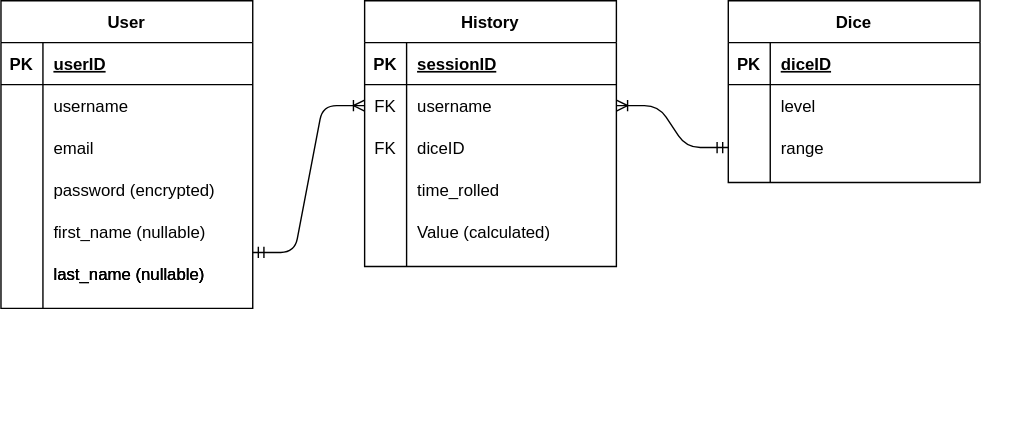
The draw.io diagram images/MVPdatabaseUML.svg in adicarlisle/QA-Core-Fundamental-Project, before a commit. Source tidied: cells renumbered, new cells last; positions are measured from the earlier drawing's top-left corner, leaving out a move shared by most shapes. The source it was exported from:
```xml
<mxGraphModel>
  <root>
    <mxCell id="0" />
    <mxCell id="1" parent="0" />
    <mxCell id="2" style="group;" parent="1" vertex="1">
      <mxGeometry x="540" y="80" width="180" height="220" as="geometry" />
    </mxCell>
    <mxCell id="3" style="shape=partialRectangle;fillColor=none;top=0;left=0;bottom=0;right=0;" parent="1" vertex="1">
      <mxGeometry y="150" width="180" height="30" as="geometry" />
    </mxCell>
    <mxCell id="4" style="shape=partialRectangle;fillColor=none;top=0;left=0;bottom=0;right=0;overflow=hidden;" parent="3" vertex="1">
      <mxGeometry width="30" height="30" as="geometry" />
    </mxCell>
    <mxCell id="5" value="first_name (nullable)" style="shape=partialRectangle;fillColor=none;top=0;left=0;bottom=0;right=0;align=left;spacingLeft=6;overflow=hidden;" parent="3" vertex="1">
      <mxGeometry x="30" width="150" height="30" as="geometry" />
    </mxCell>
    <mxCell id="6" style="shape=partialRectangle;fillColor=none;top=0;left=0;bottom=0;right=0;points=[[0,0.5],[1,0.5]];portConstraint=eastwest;" parent="1" vertex="1">
      <mxGeometry y="180" width="180" height="30" as="geometry" />
    </mxCell>
    <mxCell id="7" style="shape=partialRectangle;fillColor=none;top=0;left=0;bottom=0;right=0;overflow=hidden;" parent="6" vertex="1">
      <mxGeometry width="30" height="30" as="geometry" />
    </mxCell>
    <mxCell id="8" value="last_name (nullable)" style="shape=partialRectangle;fillColor=none;top=0;left=0;bottom=0;right=0;align=left;spacingLeft=6;overflow=hidden;" parent="6" vertex="1">
      <mxGeometry x="30" width="150" height="30" as="geometry" />
    </mxCell>
    <mxCell id="9" value="Dice" style="shape=table;startSize=30;rowLines=0;fontStyle=1;align=center;" parent="1" vertex="1">
      <mxGeometry x="520" width="180" height="130" as="geometry" />
    </mxCell>
    <mxCell id="10" style="shape=partialRectangle;fillColor=none;top=0;left=0;bottom=1;right=0;" parent="9" vertex="1">
      <mxGeometry y="30" width="180" height="30" as="geometry" />
    </mxCell>
    <mxCell id="11" value="PK" style="shape=partialRectangle;fillColor=none;top=0;left=0;bottom=0;right=0;fontStyle=1;overflow=hidden;" parent="10" vertex="1">
      <mxGeometry width="30" height="30" as="geometry" />
    </mxCell>
    <mxCell id="12" value="diceID" style="shape=partialRectangle;fillColor=none;top=0;left=0;bottom=0;right=0;align=left;spacingLeft=6;fontStyle=5;overflow=hidden;" parent="10" vertex="1">
      <mxGeometry x="30" width="150" height="30" as="geometry" />
    </mxCell>
    <mxCell id="13" style="shape=partialRectangle;fillColor=none;top=0;left=0;bottom=0;right=0;" parent="9" vertex="1">
      <mxGeometry y="60" width="180" height="30" as="geometry" />
    </mxCell>
    <mxCell id="14" style="shape=partialRectangle;fillColor=none;top=0;left=0;bottom=0;right=0;overflow=hidden;" parent="13" vertex="1">
      <mxGeometry width="30" height="30" as="geometry" />
    </mxCell>
    <mxCell id="15" value="level" style="shape=partialRectangle;fillColor=none;top=0;left=0;bottom=0;right=0;align=left;spacingLeft=6;overflow=hidden;" parent="13" vertex="1">
      <mxGeometry x="30" width="150" height="30" as="geometry" />
    </mxCell>
    <mxCell id="16" style="shape=partialRectangle;fillColor=none;top=0;left=0;bottom=0;right=0;points=[[0,0.5],[1,0.5]];portConstraint=eastwest;" parent="9" vertex="1">
      <mxGeometry y="90" width="180" height="30" as="geometry" />
    </mxCell>
    <mxCell id="17" style="shape=partialRectangle;fillColor=none;top=0;left=0;bottom=0;right=0;overflow=hidden;" parent="16" vertex="1">
      <mxGeometry width="30" height="30" as="geometry" />
    </mxCell>
    <mxCell id="18" value="range" style="shape=partialRectangle;fillColor=none;top=0;left=0;bottom=0;right=0;align=left;spacingLeft=6;overflow=hidden;" parent="16" vertex="1">
      <mxGeometry x="30" width="150" height="30" as="geometry" />
    </mxCell>
    <mxCell id="19" value="History" style="shape=table;startSize=30;rowLines=0;fontStyle=1;align=center;" parent="1" vertex="1">
      <mxGeometry x="260" width="180" height="190" as="geometry" />
    </mxCell>
    <mxCell id="20" style="shape=partialRectangle;fillColor=none;top=0;left=0;bottom=1;right=0;" parent="19" vertex="1">
      <mxGeometry y="30" width="180" height="30" as="geometry" />
    </mxCell>
    <mxCell id="21" value="PK" style="shape=partialRectangle;fillColor=none;top=0;left=0;bottom=0;right=0;fontStyle=1;overflow=hidden;" parent="20" vertex="1">
      <mxGeometry width="30" height="30" as="geometry" />
    </mxCell>
    <mxCell id="22" value="sessionID" style="shape=partialRectangle;fillColor=none;top=0;left=0;bottom=0;right=0;align=left;spacingLeft=6;fontStyle=5;overflow=hidden;" parent="20" vertex="1">
      <mxGeometry x="30" width="150" height="30" as="geometry" />
    </mxCell>
    <mxCell id="23" style="shape=partialRectangle;fillColor=none;top=0;left=0;bottom=0;right=0;points=[[0,0.5],[1,0.5]];portConstraint=eastwest;" parent="19" vertex="1">
      <mxGeometry y="60" width="180" height="30" as="geometry" />
    </mxCell>
    <mxCell id="24" value="FK" style="shape=partialRectangle;fillColor=none;top=0;left=0;bottom=0;right=0;overflow=hidden;" parent="23" vertex="1">
      <mxGeometry width="30" height="30" as="geometry" />
    </mxCell>
    <mxCell id="25" value="username" style="shape=partialRectangle;fillColor=none;top=0;left=0;bottom=0;right=0;align=left;spacingLeft=6;overflow=hidden;" parent="23" vertex="1">
      <mxGeometry x="30" width="150" height="30" as="geometry" />
    </mxCell>
    <mxCell id="26" style="shape=partialRectangle;fillColor=none;top=0;left=0;bottom=0;right=0;" parent="19" vertex="1">
      <mxGeometry y="90" width="180" height="30" as="geometry" />
    </mxCell>
    <mxCell id="27" value="FK" style="shape=partialRectangle;fillColor=none;top=0;left=0;bottom=0;right=0;overflow=hidden;" parent="26" vertex="1">
      <mxGeometry width="30" height="30" as="geometry" />
    </mxCell>
    <mxCell id="28" value="diceID" style="shape=partialRectangle;fillColor=none;top=0;left=0;bottom=0;right=0;align=left;spacingLeft=6;overflow=hidden;" parent="26" vertex="1">
      <mxGeometry x="30" width="150" height="30" as="geometry" />
    </mxCell>
    <mxCell id="29" style="shape=partialRectangle;fillColor=none;top=0;left=0;bottom=0;right=0;" parent="19" vertex="1">
      <mxGeometry y="120" width="180" height="30" as="geometry" />
    </mxCell>
    <mxCell id="30" style="shape=partialRectangle;fillColor=none;top=0;left=0;bottom=0;right=0;overflow=hidden;" parent="29" vertex="1">
      <mxGeometry width="30" height="30" as="geometry" />
    </mxCell>
    <mxCell id="31" value="time_rolled" style="shape=partialRectangle;fillColor=none;top=0;left=0;bottom=0;right=0;align=left;spacingLeft=6;overflow=hidden;" parent="29" vertex="1">
      <mxGeometry x="30" width="150" height="30" as="geometry" />
    </mxCell>
    <mxCell id="32" style="shape=partialRectangle;fillColor=none;top=0;left=0;bottom=0;right=0;" parent="1" vertex="1">
      <mxGeometry x="260" y="150" width="180" height="30" as="geometry" />
    </mxCell>
    <mxCell id="33" style="shape=partialRectangle;fillColor=none;top=0;left=0;bottom=0;right=0;overflow=hidden;" parent="32" vertex="1">
      <mxGeometry width="30" height="30" as="geometry" />
    </mxCell>
    <mxCell id="34" value="Value (calculated)" style="shape=partialRectangle;fillColor=none;top=0;left=0;bottom=0;right=0;align=left;spacingLeft=6;overflow=hidden;" parent="32" vertex="1">
      <mxGeometry x="30" width="150" height="30" as="geometry" />
    </mxCell>
    <mxCell id="35" style="edgeStyle=entityRelationEdgeStyle;fontSize=12;html=1;endArrow=ERoneToMany;startArrow=ERmandOne;exitX=1;exitY=0;exitDx=0;exitDy=0;exitPerimeter=0;entryX=0;entryY=0.5;entryDx=0;entryDy=0;" parent="1" edge="1" source="6" target="23">
      <mxGeometry relative="1" as="geometry" />
    </mxCell>
    <mxCell id="36" style="shape=partialRectangle;fillColor=none;top=0;left=0;bottom=0;right=0;" parent="1" vertex="1">
      <mxGeometry y="180" width="180" height="30" as="geometry" />
    </mxCell>
    <mxCell id="37" style="shape=partialRectangle;fillColor=none;top=0;left=0;bottom=0;right=0;overflow=hidden;" parent="36" vertex="1">
      <mxGeometry width="30" height="30" as="geometry" />
    </mxCell>
    <mxCell id="38" value="last_name (nullable)" style="shape=partialRectangle;fillColor=none;top=0;left=0;bottom=0;right=0;align=left;spacingLeft=6;overflow=hidden;" parent="36" vertex="1">
      <mxGeometry x="30" width="150" height="30" as="geometry" />
    </mxCell>
    <mxCell id="39" style="group;" parent="1" vertex="1">
      <mxGeometry width="180" height="220" as="geometry" />
    </mxCell>
    <mxCell id="40" value="User" style="shape=table;startSize=30;rowLines=0;fontStyle=1;align=center;" parent="39" vertex="1">
      <mxGeometry width="180" height="220" as="geometry" />
    </mxCell>
    <mxCell id="41" style="shape=partialRectangle;fillColor=none;top=0;left=0;bottom=1;right=0;" parent="40" vertex="1">
      <mxGeometry y="30" width="180" height="30" as="geometry" />
    </mxCell>
    <mxCell id="42" value="PK" style="shape=partialRectangle;fillColor=none;top=0;left=0;bottom=0;right=0;fontStyle=1;overflow=hidden;" parent="41" vertex="1">
      <mxGeometry width="30" height="30" as="geometry" />
    </mxCell>
    <mxCell id="43" value="userID" style="shape=partialRectangle;fillColor=none;top=0;left=0;bottom=0;right=0;align=left;spacingLeft=6;fontStyle=5;overflow=hidden;" parent="41" vertex="1">
      <mxGeometry x="30" width="150" height="30" as="geometry" />
    </mxCell>
    <mxCell id="44" style="shape=partialRectangle;fillColor=none;top=0;left=0;bottom=0;right=0;" parent="40" vertex="1">
      <mxGeometry y="60" width="180" height="30" as="geometry" />
    </mxCell>
    <mxCell id="45" style="shape=partialRectangle;fillColor=none;top=0;left=0;bottom=0;right=0;overflow=hidden;" parent="44" vertex="1">
      <mxGeometry width="30" height="30" as="geometry" />
    </mxCell>
    <mxCell id="46" value="username" style="shape=partialRectangle;fillColor=none;top=0;left=0;bottom=0;right=0;align=left;spacingLeft=6;overflow=hidden;" parent="44" vertex="1">
      <mxGeometry x="30" width="150" height="30" as="geometry" />
    </mxCell>
    <mxCell id="47" style="shape=partialRectangle;fillColor=none;top=0;left=0;bottom=0;right=0;" parent="40" vertex="1">
      <mxGeometry y="90" width="180" height="30" as="geometry" />
    </mxCell>
    <mxCell id="48" style="shape=partialRectangle;fillColor=none;top=0;left=0;bottom=0;right=0;overflow=hidden;" parent="47" vertex="1">
      <mxGeometry width="30" height="30" as="geometry" />
    </mxCell>
    <mxCell id="49" value="email" style="shape=partialRectangle;fillColor=none;top=0;left=0;bottom=0;right=0;align=left;spacingLeft=6;overflow=hidden;" parent="47" vertex="1">
      <mxGeometry x="30" width="150" height="30" as="geometry" />
    </mxCell>
    <mxCell id="50" style="shape=partialRectangle;fillColor=none;top=0;left=0;bottom=0;right=0;" parent="40" vertex="1">
      <mxGeometry y="120" width="180" height="30" as="geometry" />
    </mxCell>
    <mxCell id="51" style="shape=partialRectangle;fillColor=none;top=0;left=0;bottom=0;right=0;overflow=hidden;" parent="50" vertex="1">
      <mxGeometry width="30" height="30" as="geometry" />
    </mxCell>
    <mxCell id="52" value="password (encrypted)" style="shape=partialRectangle;fillColor=none;top=0;left=0;bottom=0;right=0;align=left;spacingLeft=6;overflow=hidden;" parent="50" vertex="1">
      <mxGeometry x="30" width="150" height="30" as="geometry" />
    </mxCell>
    <mxCell id="53" style="shape=partialRectangle;fillColor=none;top=0;left=0;bottom=0;right=0;" parent="39" vertex="1">
      <mxGeometry y="180" width="180" height="30" as="geometry" />
    </mxCell>
    <mxCell id="54" style="shape=partialRectangle;fillColor=none;top=0;left=0;bottom=0;right=0;overflow=hidden;" parent="53" vertex="1">
      <mxGeometry width="30" height="30" as="geometry" />
    </mxCell>
    <mxCell id="55" value="last_name (nullable)" style="shape=partialRectangle;fillColor=none;top=0;left=0;bottom=0;right=0;align=left;spacingLeft=6;overflow=hidden;" parent="53" vertex="1">
      <mxGeometry x="30" width="150" height="30" as="geometry" />
    </mxCell>
    <mxCell id="56" style="edgeStyle=entityRelationEdgeStyle;fontSize=12;html=1;endArrow=ERoneToMany;startArrow=ERmandOne;entryX=1;entryY=0.5;entryDx=0;entryDy=0;exitX=0;exitY=0.5;exitDx=0;exitDy=0;" parent="1" edge="1" source="16" target="23">
      <mxGeometry relative="1" as="geometry" />
    </mxCell>
  </root>
</mxGraphModel>
```
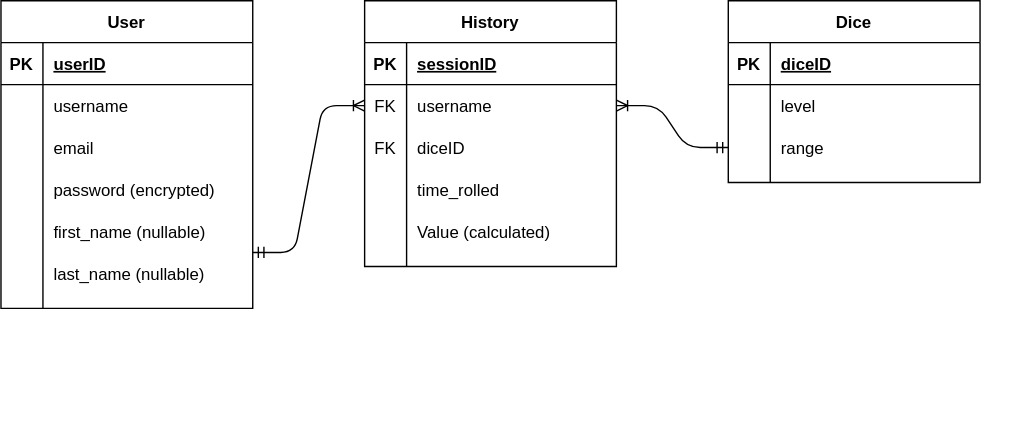
Above is the later version.

What changed in the source:
```diff
@@ -104,15 +104,6 @@
     <mxCell id="35" style="edgeStyle=entityRelationEdgeStyle;fontSize=12;html=1;endArrow=ERoneToMany;startArrow=ERmandOne;exitX=1;exitY=0;exitDx=0;exitDy=0;exitPerimeter=0;entryX=0;entryY=0.5;entryDx=0;entryDy=0;" parent="1" edge="1" source="6" target="23">
       <mxGeometry relative="1" as="geometry" />
     </mxCell>
-    <mxCell id="36" style="shape=partialRectangle;fillColor=none;top=0;left=0;bottom=0;right=0;" parent="1" vertex="1">
-      <mxGeometry y="180" width="180" height="30" as="geometry" />
-    </mxCell>
-    <mxCell id="37" style="shape=partialRectangle;fillColor=none;top=0;left=0;bottom=0;right=0;overflow=hidden;" parent="36" vertex="1">
-      <mxGeometry width="30" height="30" as="geometry" />
-    </mxCell>
-    <mxCell id="38" value="last_name (nullable)" style="shape=partialRectangle;fillColor=none;top=0;left=0;bottom=0;right=0;align=left;spacingLeft=6;overflow=hidden;" parent="36" vertex="1">
-      <mxGeometry x="30" width="150" height="30" as="geometry" />
-    </mxCell>
     <mxCell id="39" style="group;" parent="1" vertex="1">
       <mxGeometry width="180" height="220" as="geometry" />
     </mxCell>
@@ -155,15 +146,6 @@
     <mxCell id="52" value="password (encrypted)" style="shape=partialRectangle;fillColor=none;top=0;left=0;bottom=0;right=0;align=left;spacingLeft=6;overflow=hidden;" parent="50" vertex="1">
       <mxGeometry x="30" width="150" height="30" as="geometry" />
     </mxCell>
-    <mxCell id="53" style="shape=partialRectangle;fillColor=none;top=0;left=0;bottom=0;right=0;" parent="39" vertex="1">
-      <mxGeometry y="180" width="180" height="30" as="geometry" />
-    </mxCell>
-    <mxCell id="54" style="shape=partialRectangle;fillColor=none;top=0;left=0;bottom=0;right=0;overflow=hidden;" parent="53" vertex="1">
-      <mxGeometry width="30" height="30" as="geometry" />
-    </mxCell>
-    <mxCell id="55" value="last_name (nullable)" style="shape=partialRectangle;fillColor=none;top=0;left=0;bottom=0;right=0;align=left;spacingLeft=6;overflow=hidden;" parent="53" vertex="1">
-      <mxGeometry x="30" width="150" height="30" as="geometry" />
-    </mxCell>
     <mxCell id="56" style="edgeStyle=entityRelationEdgeStyle;fontSize=12;html=1;endArrow=ERoneToMany;startArrow=ERmandOne;entryX=1;entryY=0.5;entryDx=0;entryDy=0;exitX=0;exitY=0.5;exitDx=0;exitDy=0;" parent="1" edge="1" source="16" target="23">
       <mxGeometry relative="1" as="geometry" />
     </mxCell>
```
